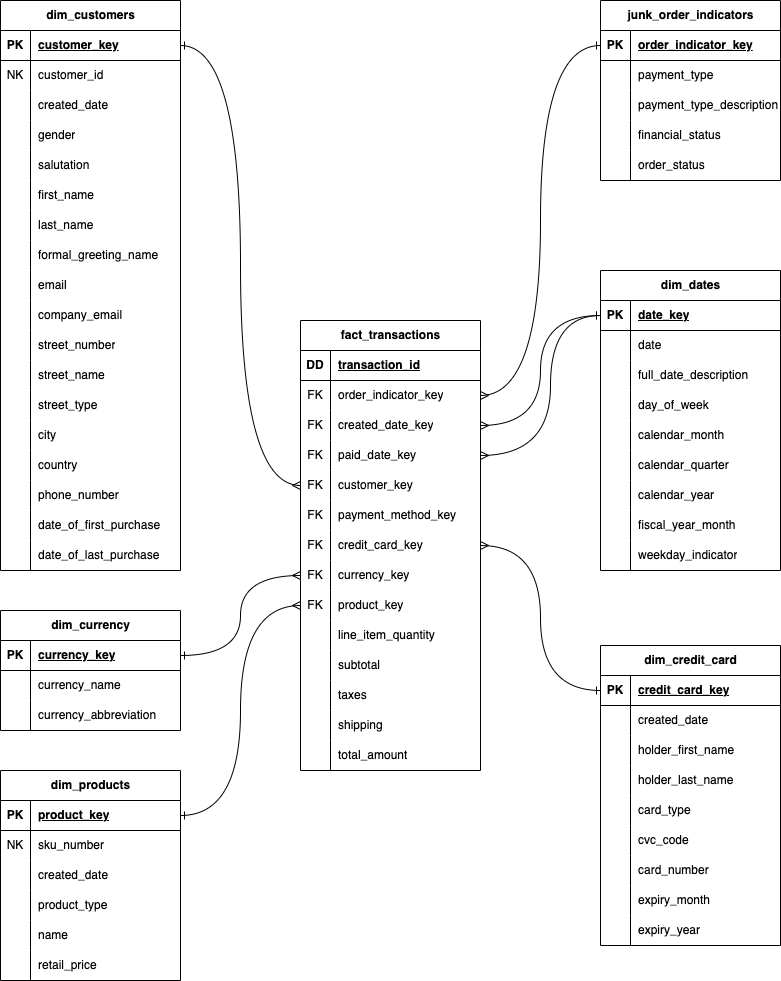
The draw.io diagram slamco/assets/readme_sales_model.drawio.png in s-tlm/dbt-project, before a commit. Source tidied: cells renumbered, new cells last; positions are measured from the earlier drawing's top-left corner, leaving out a move shared by most shapes.
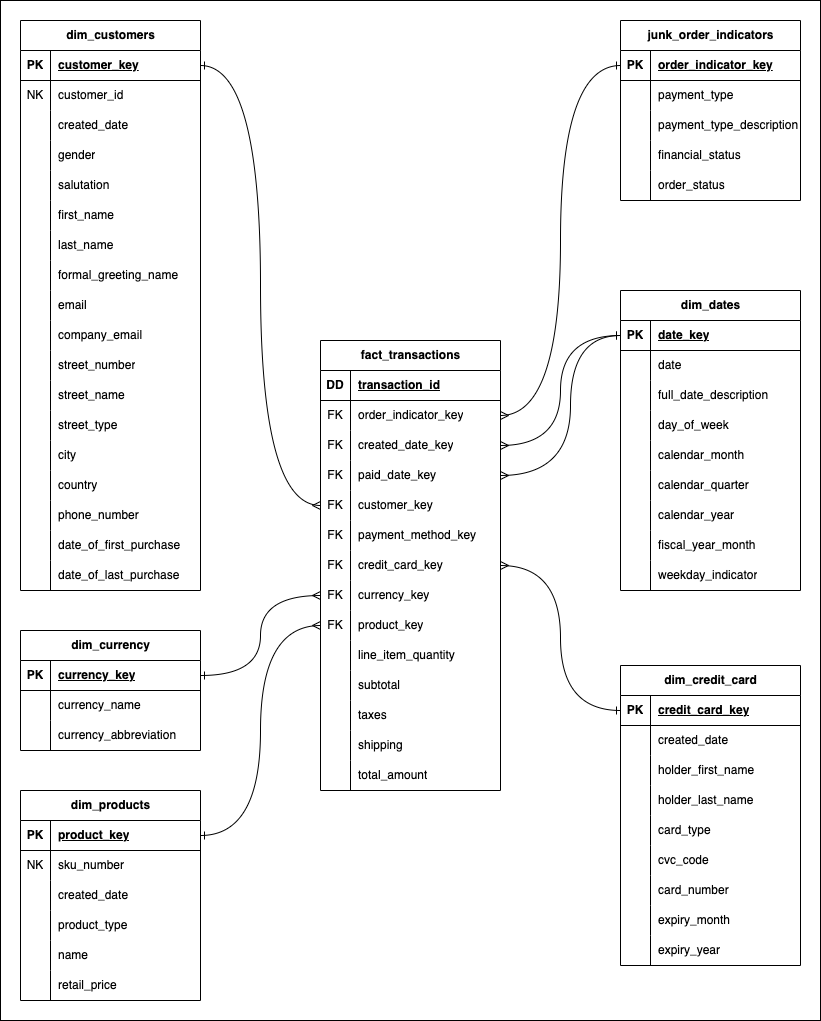
After the commit.

Change to the diagram source:
```diff
@@ -2,6 +2,9 @@
   <root>
     <mxCell id="0" />
     <mxCell id="1" parent="0" />
+    <mxCell id="208" style="rounded=0;whiteSpace=wrap;html=1;" parent="1" vertex="1">
+      <mxGeometry x="-20" y="-20" width="820" height="1020" as="geometry" />
+    </mxCell>
     <mxCell id="2" value="dim_customers" style="shape=table;startSize=30;rowLines=0;fontStyle=1;align=center;html=1;" parent="1" vertex="1">
       <mxGeometry width="180" height="570" as="geometry" />
     </mxCell>
```
